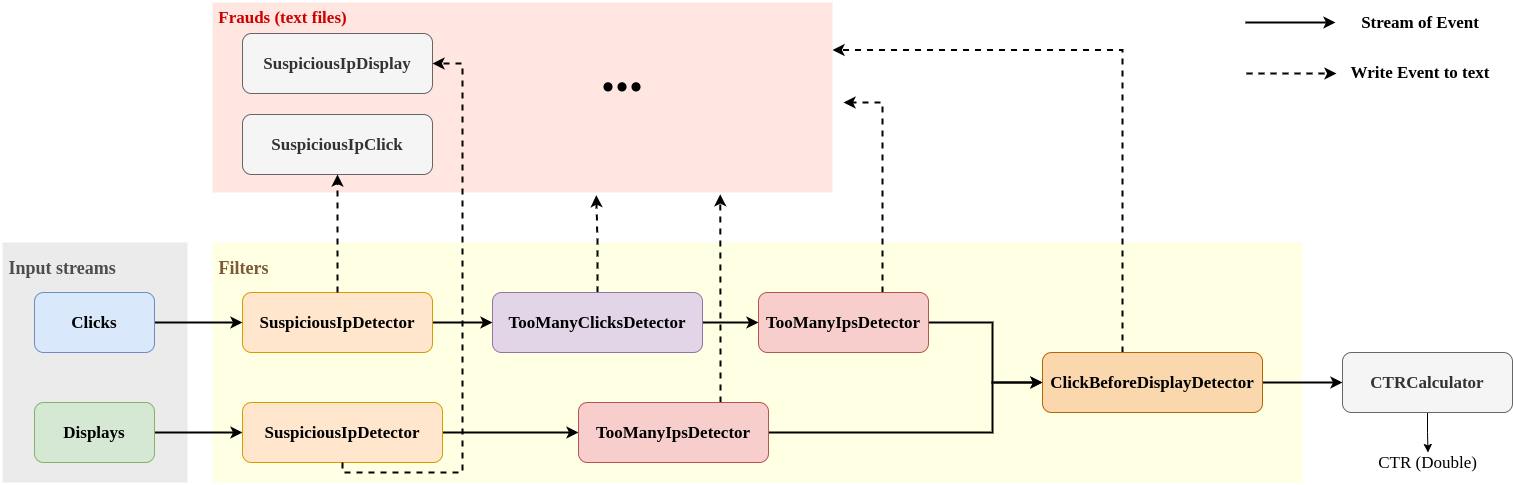
Above: test_results/CFD.png in IsraMekki/ClickFraudDetection (draw.io), before the change. Source tidied: cells renumbered, new cells last; positions are measured from the earlier drawing's top-left corner, leaving out a move shared by most shapes.
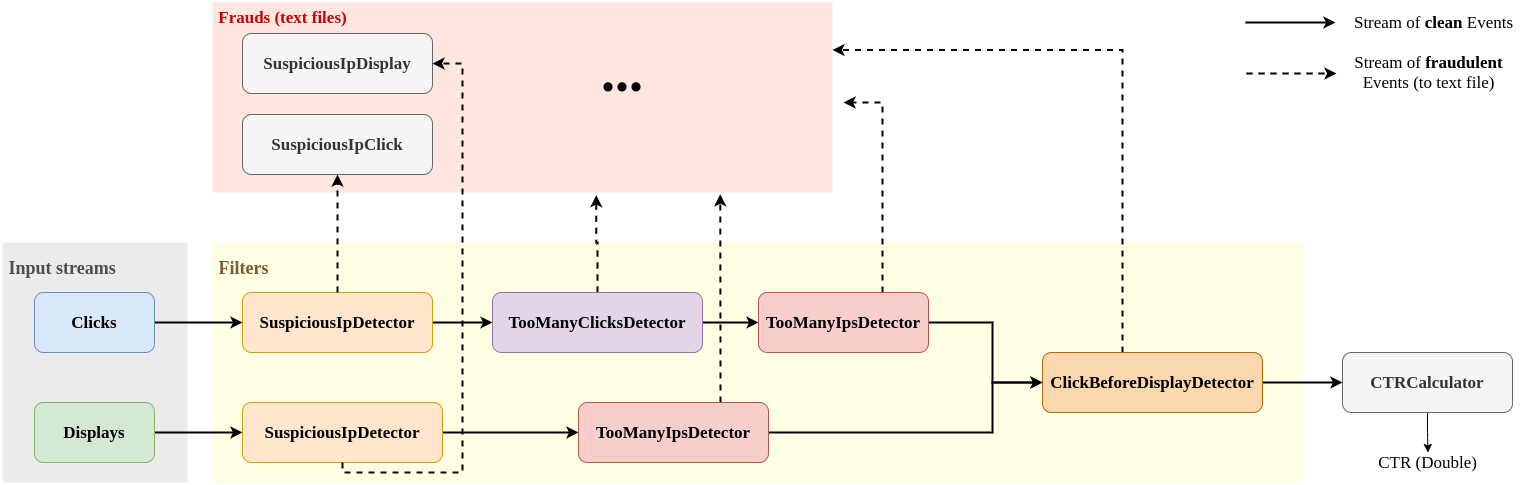
The same file after the commit.

Diff of the diagram source:
```diff
@@ -145,11 +145,11 @@
         </Array>
       </mxGeometry>
     </mxCell>
-    <mxCell id="35" value="&lt;b&gt;Stream of Event&lt;/b&gt;" style="text;html=1;strokeColor=none;fillColor=none;align=center;verticalAlign=middle;whiteSpace=wrap;rounded=0;dashed=1;fontFamily=Garamond;fontSize=17;" parent="1" vertex="1">
-      <mxGeometry x="1343" y="10" width="150" height="20" as="geometry" />
+    <mxCell id="35" value="Stream of &lt;b&gt;clean&lt;/b&gt; Events" style="text;html=1;strokeColor=none;fillColor=none;align=center;verticalAlign=middle;whiteSpace=wrap;rounded=0;dashed=1;fontFamily=Garamond;fontSize=17;" parent="1" vertex="1">
+      <mxGeometry x="1343" y="10" width="177" height="20" as="geometry" />
     </mxCell>
-    <mxCell id="36" value="&lt;b&gt;Write Event to text&lt;/b&gt;" style="text;html=1;strokeColor=none;fillColor=none;align=center;verticalAlign=middle;whiteSpace=wrap;rounded=0;dashed=1;fontFamily=Garamond;fontSize=17;" parent="1" vertex="1">
-      <mxGeometry x="1343" y="60" width="150" height="20" as="geometry" />
+    <mxCell id="36" value="Stream of &lt;b&gt;fraudulent&lt;/b&gt; Events (to text file)" style="text;html=1;strokeColor=none;fillColor=none;align=center;verticalAlign=middle;whiteSpace=wrap;rounded=0;dashed=1;fontFamily=Garamond;fontSize=17;" parent="1" vertex="1">
+      <mxGeometry x="1343" y="45" width="167" height="50" as="geometry" />
     </mxCell>
   </root>
 </mxGraphModel>
```
